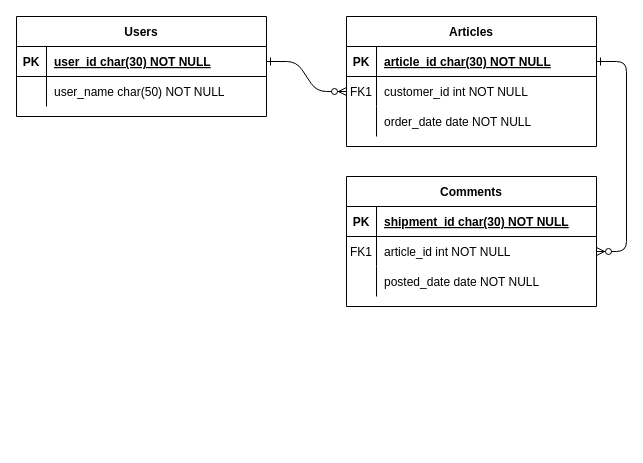
Above: Untitled Diagram.drawio in tuguldurchimeg/railsapp (draw.io), before the change. Source tidied: cells renumbered, new cells numbered last; positions are measured from the earlier drawing's top-left corner, leaving out a move shared by most shapes. Both pictures are drawn from the tidied source at 100%, with x=0, y=0 at pixel (16, 16).
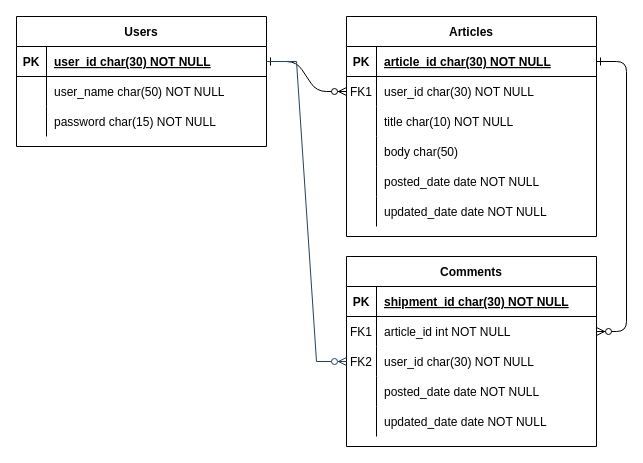
The same page after the edit.

Unchanged cells that the change refers to:
```xml
<mxCell id="8" style="shape=partialRectangle;fillColor=none;points=[[0,0.5],[1,0.5]];portConstraint=eastwest;top=0;left=0;right=0;bottom=0;" parent="4" vertex="1">
  <mxGeometry y="60" width="250" height="30" as="geometry" />
</mxCell>
<mxCell id="25" style="shape=partialRectangle;fillColor=none;points=[[0,0.5],[1,0.5]];portConstraint=eastwest;top=0;left=0;right=0;bottom=1;" parent="24" vertex="1">
  <mxGeometry y="30" width="250" height="30" as="geometry" />
</mxCell>
```

What changed in the source:
```diff
@@
     <mxCell id="4" value="Articles" style="shape=table;startSize=30;childLayout=tableLayout;rowLines=0;fontStyle=1;align=center;" parent="1" vertex="1">
-      <mxGeometry x="330" width="250" height="130" as="geometry" />
+      <mxGeometry x="330" width="250" height="220" as="geometry" />
     </mxCell>
@@
-    <mxCell id="10" value="customer_id int NOT NULL" style="shape=partialRectangle;overflow=hidden;fillColor=none;top=0;left=0;bottom=0;right=0;align=left;spacingLeft=6;" parent="8" vertex="1">
+    <mxCell id="10" value="user_id char(30) NOT NULL" style="shape=partialRectangle;overflow=hidden;fillColor=none;top=0;left=0;bottom=0;right=0;align=left;spacingLeft=6;" parent="8" vertex="1">
       <mxGeometry x="30" width="220" height="30" as="geometry" />
     </mxCell>
+    <mxCell id="31" style="shape=tableRow;horizontal=0;startSize=0;swimlaneHead=0;swimlaneBody=0;fillColor=none;top=0;left=0;right=0;bottom=0;strokeColor=#FFFFFF;fontColor=#FFFFFF;" parent="4" vertex="1">
+      <mxGeometry y="90" width="250" height="30" as="geometry" />
+    </mxCell>
+    <mxCell id="32" style="shape=partialRectangle;fillColor=none;top=0;left=0;bottom=0;right=0;overflow=hidden;strokeColor=#FFFFFF;fontColor=#FFFFFF;" parent="31" vertex="1">
+      <mxGeometry width="30" height="30" as="geometry" />
+    </mxCell>
+    <mxCell id="33" value="title char(10) NOT NULL" style="shape=partialRectangle;fillColor=none;top=0;left=0;bottom=0;right=0;align=left;spacingLeft=6;overflow=hidden;strokeColor=#FFFFFF;fontColor=#000000;" parent="31" vertex="1">
+      <mxGeometry x="30" width="220" height="30" as="geometry" />
+    </mxCell>
+    <mxCell id="34" style="shape=tableRow;horizontal=0;startSize=0;swimlaneHead=0;swimlaneBody=0;fillColor=none;top=0;left=0;right=0;bottom=0;strokeColor=#FFFFFF;fontColor=#FFFFFF;" parent="4" vertex="1">
+      <mxGeometry y="120" width="250" height="30" as="geometry" />
+    </mxCell>
+    <mxCell id="35" style="shape=partialRectangle;fillColor=none;top=0;left=0;bottom=0;right=0;overflow=hidden;strokeColor=#FFFFFF;fontColor=#FFFFFF;" parent="34" vertex="1">
+      <mxGeometry width="30" height="30" as="geometry" />
+    </mxCell>
+    <mxCell id="36" value="body char(50) " style="shape=partialRectangle;fillColor=none;top=0;left=0;bottom=0;right=0;align=left;spacingLeft=6;overflow=hidden;strokeColor=#FFFFFF;fontColor=#000000;" parent="34" vertex="1">
+      <mxGeometry x="30" width="220" height="30" as="geometry" />
+    </mxCell>
     <mxCell id="11" style="shape=partialRectangle;fillColor=none;top=0;left=0;right=0;bottom=0;" parent="4" vertex="1">
-      <mxGeometry y="90" width="250" height="30" as="geometry" />
+      <mxGeometry y="150" width="250" height="30" as="geometry" />
     </mxCell>
@@
-    <mxCell id="13" value="order_date date NOT NULL" style="shape=partialRectangle;overflow=hidden;fillColor=none;top=0;left=0;bottom=0;right=0;align=left;spacingLeft=6;" parent="11" vertex="1">
+    <mxCell id="13" value="posted_date date NOT NULL" style="shape=partialRectangle;overflow=hidden;fillColor=none;top=0;left=0;bottom=0;right=0;align=left;spacingLeft=6;" parent="11" vertex="1">
       <mxGeometry x="30" width="220" height="30" as="geometry" />
     </mxCell>
+    <mxCell id="37" style="shape=tableRow;horizontal=0;startSize=0;swimlaneHead=0;swimlaneBody=0;fillColor=none;top=0;left=0;right=0;bottom=0;strokeColor=#FFFFFF;fontColor=#FFFFFF;" parent="4" vertex="1">
+      <mxGeometry y="180" width="250" height="30" as="geometry" />
+    </mxCell>
+    <mxCell id="38" style="shape=partialRectangle;fillColor=none;top=0;left=0;bottom=0;right=0;overflow=hidden;strokeColor=#FFFFFF;fontColor=#FFFFFF;" parent="37" vertex="1">
+      <mxGeometry width="30" height="30" as="geometry" />
+    </mxCell>
+    <mxCell id="39" value="updated_date date NOT NULL" style="shape=partialRectangle;fillColor=none;top=0;left=0;bottom=0;right=0;align=left;spacingLeft=6;overflow=hidden;strokeColor=#FFFFFF;fontColor=#000000;" parent="37" vertex="1">
+      <mxGeometry x="30" width="220" height="30" as="geometry" />
+    </mxCell>
     <mxCell id="14" value="Comments" style="shape=table;startSize=30;childLayout=tableLayout;rowLines=0;fontStyle=1;align=center;" parent="1" vertex="1">
-      <mxGeometry x="330" y="160" width="250" height="130" as="geometry" />
+      <mxGeometry x="330" y="240" width="250" height="190" as="geometry" />
     </mxCell>
@@
+    <mxCell id="40" style="shape=tableRow;horizontal=0;startSize=0;swimlaneHead=0;swimlaneBody=0;fillColor=none;points=[[0,0.5],[1,0.5]];portConstraint=eastwest;top=0;left=0;right=0;bottom=0;strokeColor=#FFFFFF;fontColor=#FFFFFF;" parent="14" vertex="1">
+      <mxGeometry y="90" width="250" height="30" as="geometry" />
+    </mxCell>
+    <mxCell id="41" value="FK2" style="shape=partialRectangle;fillColor=none;top=0;left=0;bottom=0;right=0;overflow=hidden;strokeColor=#FFFFFF;fontColor=#000000;" parent="40" vertex="1">
+      <mxGeometry width="30" height="30" as="geometry" />
+    </mxCell>
+    <mxCell id="42" value="user_id char(30) NOT NULL" style="shape=partialRectangle;fillColor=none;top=0;left=0;bottom=0;right=0;align=left;spacingLeft=6;overflow=hidden;strokeColor=#FFFFFF;fontColor=#000000;" parent="40" vertex="1">
+      <mxGeometry x="30" width="220" height="30" as="geometry" />
+    </mxCell>
     <mxCell id="21" style="shape=partialRectangle;fillColor=none;top=0;left=0;right=0;bottom=0;" parent="14" vertex="1">
-      <mxGeometry y="90" width="250" height="30" as="geometry" />
+      <mxGeometry y="120" width="250" height="30" as="geometry" />
     </mxCell>
@@
+    <mxCell id="43" style="shape=tableRow;horizontal=0;startSize=0;swimlaneHead=0;swimlaneBody=0;fillColor=none;top=0;left=0;right=0;bottom=0;strokeColor=#FFFFFF;fontColor=#FFFFFF;" parent="14" vertex="1">
+      <mxGeometry y="150" width="250" height="30" as="geometry" />
+    </mxCell>
+    <mxCell id="44" style="shape=partialRectangle;fillColor=none;top=0;left=0;bottom=0;right=0;overflow=hidden;strokeColor=#FFFFFF;fontColor=#FFFFFF;" parent="43" vertex="1">
+      <mxGeometry width="30" height="30" as="geometry" />
+    </mxCell>
+    <mxCell id="45" value="updated_date date NOT NULL" style="shape=partialRectangle;fillColor=none;top=0;left=0;bottom=0;right=0;align=left;spacingLeft=6;overflow=hidden;strokeColor=#FFFFFF;fontColor=#000000;" parent="43" vertex="1">
+      <mxGeometry x="30" width="220" height="30" as="geometry" />
+    </mxCell>
     <mxCell id="24" value="Users" style="shape=table;startSize=30;childLayout=tableLayout;rowLines=0;fontStyle=1;align=center;" parent="1" vertex="1">
-      <mxGeometry width="250" height="100" as="geometry" />
+      <mxGeometry width="250" height="130" as="geometry" />
     </mxCell>
@@
+    <mxCell id="46" style="shape=tableRow;horizontal=0;startSize=0;swimlaneHead=0;swimlaneBody=0;fillColor=none;top=0;left=0;right=0;bottom=0;strokeColor=#FFFFFF;fontColor=#FFFFFF;" parent="24" vertex="1">
+      <mxGeometry y="90" width="250" height="30" as="geometry" />
+    </mxCell>
+    <mxCell id="47" style="shape=partialRectangle;fillColor=none;top=0;left=0;bottom=0;right=0;overflow=hidden;strokeColor=#FFFFFF;fontColor=#FFFFFF;" parent="46" vertex="1">
+      <mxGeometry width="30" height="30" as="geometry" />
+    </mxCell>
+    <mxCell id="48" value="password char(15) NOT NULL" style="shape=partialRectangle;fillColor=none;top=0;left=0;bottom=0;right=0;align=left;spacingLeft=6;overflow=hidden;strokeColor=#FFFFFF;fontColor=#000000;" parent="46" vertex="1">
+      <mxGeometry x="30" width="220" height="30" as="geometry" />
+    </mxCell>
+    <mxCell id="49" style="edgeStyle=entityRelationEdgeStyle;fontSize=12;html=1;endArrow=ERzeroToMany;endFill=1;rounded=0;strokeColor=#23445D;" parent="1" edge="1" source="25" target="40">
+      <mxGeometry relative="1" as="geometry" />
+    </mxCell>
```
